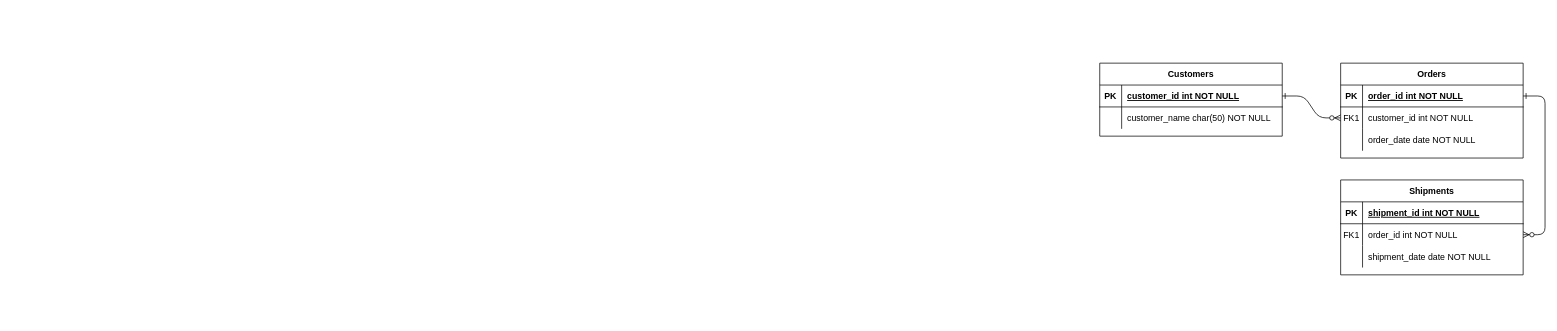
Before: Untitled Diagram.drawio in SlyMaster85/kursGITsda, a draw.io diagram. Source tidied: cells renumbered, new cells numbered last; positions are measured from the earlier drawing's top-left corner, leaving out a move shared by most shapes. Both pictures are drawn from the tidied source at 73%, with x=0, y=0 at pixel (1099, 63).
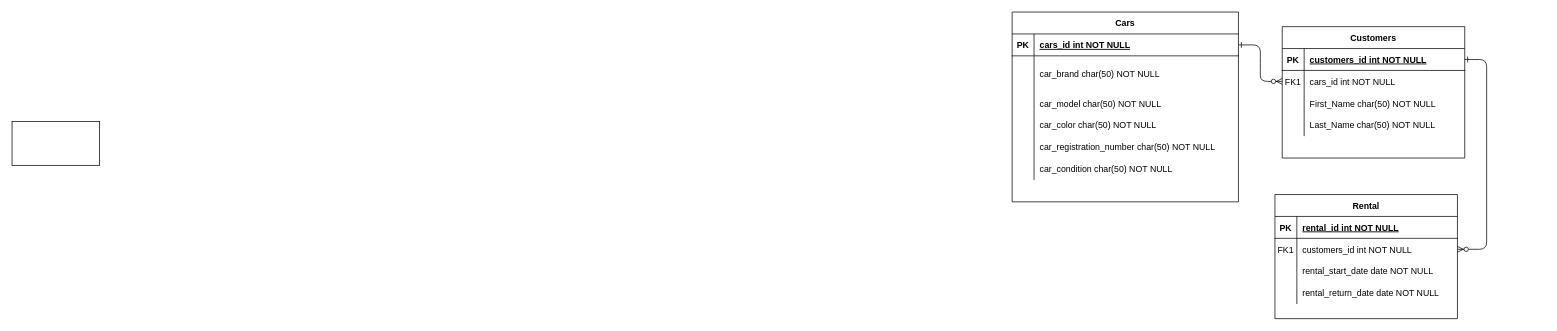
The same page after the edit.

Unchanged cells that the change refers to:
```xml
<mxCell id="5" style="shape=partialRectangle;fillColor=none;points=[[0,0.5],[1,0.5]];portConstraint=eastwest;top=0;left=0;right=0;bottom=1;" parent="4" vertex="1">
  <mxGeometry y="30" width="250" height="30" as="geometry" />
</mxCell>
<mxCell id="8" style="shape=partialRectangle;fillColor=none;points=[[0,0.5],[1,0.5]];portConstraint=eastwest;top=0;left=0;right=0;bottom=0;" parent="4" vertex="1">
  <mxGeometry y="60" width="250" height="30" as="geometry" />
</mxCell>
<mxCell id="11" style="shape=partialRectangle;fillColor=none;top=0;left=0;right=0;bottom=0;" parent="4" vertex="1">
  <mxGeometry y="90" width="250" height="30" as="geometry" />
</mxCell>
<mxCell id="15" style="shape=partialRectangle;fillColor=none;top=0;left=0;right=0;bottom=1;" parent="14" vertex="1">
  <mxGeometry y="30" width="250" height="30" as="geometry" />
</mxCell>
<mxCell id="18" style="shape=partialRectangle;fillColor=none;points=[[0,0.5],[1,0.5]];portConstraint=eastwest;top=0;left=0;right=0;bottom=0;" parent="14" vertex="1">
  <mxGeometry y="60" width="250" height="30" as="geometry" />
</mxCell>
<mxCell id="21" style="shape=partialRectangle;fillColor=none;top=0;left=0;right=0;bottom=0;" parent="14" vertex="1">
  <mxGeometry y="90" width="250" height="30" as="geometry" />
</mxCell>
```

The edit, as a diff of the source:
```diff
@@
-    <mxCell id="4" value="Orders" style="shape=table;startSize=30;childLayout=tableLayout;rowLines=0;fontStyle=1;align=center;" parent="1" vertex="1">
-      <mxGeometry x="330" width="250" height="130" as="geometry" />
+    <mxCell id="4" value="Customers" style="shape=table;startSize=30;childLayout=tableLayout;rowLines=0;fontStyle=1;align=center;" parent="1" vertex="1">
+      <mxGeometry x="250" y="-50" width="250" height="180" as="geometry" />
     </mxCell>
@@
-    <mxCell id="7" value="order_id int NOT NULL " style="shape=partialRectangle;overflow=hidden;fillColor=none;top=0;left=0;bottom=0;right=0;align=left;spacingLeft=6;fontStyle=5;" parent="5" vertex="1">
+    <mxCell id="7" value="customers_id int NOT NULL " style="shape=partialRectangle;overflow=hidden;fillColor=none;top=0;left=0;bottom=0;right=0;align=left;spacingLeft=6;fontStyle=5;" parent="5" vertex="1">
       <mxGeometry x="30" width="220" height="30" as="geometry" />
     </mxCell>
@@
-    <mxCell id="10" value="customer_id int NOT NULL" style="shape=partialRectangle;overflow=hidden;fillColor=none;top=0;left=0;bottom=0;right=0;align=left;spacingLeft=6;" parent="8" vertex="1">
+    <mxCell id="10" value="cars_id int NOT NULL" style="shape=partialRectangle;overflow=hidden;fillColor=none;top=0;left=0;bottom=0;right=0;align=left;spacingLeft=6;" parent="8" vertex="1">
       <mxGeometry x="30" width="220" height="30" as="geometry" />
     </mxCell>
@@
-    <mxCell id="13" value="order_date date NOT NULL" style="shape=partialRectangle;overflow=hidden;fillColor=none;top=0;left=0;bottom=0;right=0;align=left;spacingLeft=6;" parent="11" vertex="1">
+    <mxCell id="13" value="First_Name char(50) NOT NULL" style="shape=partialRectangle;overflow=hidden;fillColor=none;top=0;left=0;bottom=0;right=0;align=left;spacingLeft=6;" parent="11" vertex="1">
       <mxGeometry x="30" width="220" height="30" as="geometry" />
     </mxCell>
+    <mxCell id="31" style="shape=tableRow;horizontal=0;startSize=0;swimlaneHead=0;swimlaneBody=0;fillColor=none;top=0;left=0;right=0;bottom=0;" parent="4" vertex="1">
+      <mxGeometry y="120" width="250" height="30" as="geometry" />
+    </mxCell>
+    <mxCell id="32" style="shape=partialRectangle;fillColor=none;top=0;left=0;bottom=0;right=0;overflow=hidden;" parent="31" vertex="1">
+      <mxGeometry width="30" height="30" as="geometry" />
+    </mxCell>
+    <mxCell id="33" value="Last_Name char(50) NOT NULL" style="shape=partialRectangle;fillColor=none;top=0;left=0;bottom=0;right=0;align=left;spacingLeft=6;overflow=hidden;" parent="31" vertex="1">
+      <mxGeometry x="30" width="220" height="30" as="geometry" />
+    </mxCell>
-    <mxCell id="14" value="Shipments" style="shape=table;startSize=30;childLayout=tableLayout;rowLines=0;fontStyle=1;align=center;" parent="1" vertex="1">
-      <mxGeometry x="330" y="160" width="250" height="130" as="geometry" />
+    <mxCell id="14" value="Rental" style="shape=table;startSize=30;childLayout=tableLayout;rowLines=0;fontStyle=1;align=center;" parent="1" vertex="1">
+      <mxGeometry x="240" y="180" width="250" height="170" as="geometry" />
     </mxCell>
@@
-    <mxCell id="17" value="shipment_id int NOT NULL " style="shape=partialRectangle;overflow=hidden;fillColor=none;top=0;left=0;bottom=0;right=0;align=left;spacingLeft=6;fontStyle=5;" parent="15" vertex="1">
+    <mxCell id="17" value="rental_id int NOT NULL " style="shape=partialRectangle;overflow=hidden;fillColor=none;top=0;left=0;bottom=0;right=0;align=left;spacingLeft=6;fontStyle=5;" parent="15" vertex="1">
       <mxGeometry x="30" width="220" height="30" as="geometry" />
     </mxCell>
@@
-    <mxCell id="20" value="order_id int NOT NULL" style="shape=partialRectangle;overflow=hidden;fillColor=none;top=0;left=0;bottom=0;right=0;align=left;spacingLeft=6;" parent="18" vertex="1">
+    <mxCell id="20" value="customers_id int NOT NULL" style="shape=partialRectangle;overflow=hidden;fillColor=none;top=0;left=0;bottom=0;right=0;align=left;spacingLeft=6;" parent="18" vertex="1">
       <mxGeometry x="30" width="220" height="30" as="geometry" />
     </mxCell>
@@
-    <mxCell id="23" value="shipment_date date NOT NULL" style="shape=partialRectangle;overflow=hidden;fillColor=none;top=0;left=0;bottom=0;right=0;align=left;spacingLeft=6;" parent="21" vertex="1">
+    <mxCell id="23" value="rental_start_date date NOT NULL" style="shape=partialRectangle;overflow=hidden;fillColor=none;top=0;left=0;bottom=0;right=0;align=left;spacingLeft=6;" parent="21" vertex="1">
       <mxGeometry x="30" width="220" height="30" as="geometry" />
     </mxCell>
+    <mxCell id="34" style="shape=tableRow;horizontal=0;startSize=0;swimlaneHead=0;swimlaneBody=0;fillColor=none;top=0;left=0;right=0;bottom=0;" parent="14" vertex="1">
+      <mxGeometry y="120" width="250" height="30" as="geometry" />
+    </mxCell>
+    <mxCell id="35" style="shape=partialRectangle;fillColor=none;top=0;left=0;bottom=0;right=0;overflow=hidden;" parent="34" vertex="1">
+      <mxGeometry width="30" height="30" as="geometry" />
+    </mxCell>
+    <mxCell id="36" value="rental_return_date date NOT NULL" style="shape=partialRectangle;fillColor=none;top=0;left=0;bottom=0;right=0;align=left;spacingLeft=6;overflow=hidden;" parent="34" vertex="1">
+      <mxGeometry x="30" width="220" height="30" as="geometry" />
+    </mxCell>
-    <mxCell id="24" value="Customers" style="shape=table;startSize=30;childLayout=tableLayout;rowLines=0;fontStyle=1;align=center;" parent="1" vertex="1">
-      <mxGeometry width="250" height="100" as="geometry" />
+    <mxCell id="24" value="Cars" style="shape=table;startSize=30;childLayout=tableLayout;rowLines=0;fontStyle=1;align=center;" parent="1" vertex="1">
+      <mxGeometry x="-120" y="-70" width="310" height="260" as="geometry" />
     </mxCell>
     <mxCell id="25" style="shape=partialRectangle;fillColor=none;points=[[0,0.5],[1,0.5]];portConstraint=eastwest;top=0;left=0;right=0;bottom=1;" parent="24" vertex="1">
-      <mxGeometry y="30" width="250" height="30" as="geometry" />
+      <mxGeometry y="30" width="310" height="30" as="geometry" />
     </mxCell>
@@
-    <mxCell id="27" value="customer_id int NOT NULL " style="shape=partialRectangle;overflow=hidden;fillColor=none;top=0;left=0;bottom=0;right=0;align=left;spacingLeft=6;fontStyle=5;" parent="25" vertex="1">
-      <mxGeometry x="30" width="220" height="30" as="geometry" />
+    <mxCell id="27" value="cars_id int NOT NULL " style="shape=partialRectangle;overflow=hidden;fillColor=none;top=0;left=0;bottom=0;right=0;align=left;spacingLeft=6;fontStyle=5;" parent="25" vertex="1">
+      <mxGeometry x="30" width="280" height="30" as="geometry" />
     </mxCell>
     <mxCell id="28" style="shape=partialRectangle;fillColor=none;top=0;left=0;right=0;bottom=0;" parent="24" vertex="1">
-      <mxGeometry y="60" width="250" height="30" as="geometry" />
+      <mxGeometry y="60" width="310" height="50" as="geometry" />
     </mxCell>
     <mxCell id="29" style="shape=partialRectangle;overflow=hidden;fillColor=none;top=0;left=0;bottom=0;right=0;" parent="28" vertex="1">
-      <mxGeometry width="30" height="30" as="geometry" />
+      <mxGeometry width="30" height="50" as="geometry" />
     </mxCell>
-    <mxCell id="30" value="customer_name char(50) NOT NULL" style="shape=partialRectangle;overflow=hidden;fillColor=none;top=0;left=0;bottom=0;right=0;align=left;spacingLeft=6;" parent="28" vertex="1">
-      <mxGeometry x="30" width="220" height="30" as="geometry" />
+    <mxCell id="30" value="car_brand char(50) NOT NULL" style="shape=partialRectangle;overflow=hidden;fillColor=none;top=0;left=0;bottom=0;right=0;align=left;spacingLeft=6;" parent="28" vertex="1">
+      <mxGeometry x="30" width="280" height="50" as="geometry" />
     </mxCell>
+    <mxCell id="37" style="shape=tableRow;horizontal=0;startSize=0;swimlaneHead=0;swimlaneBody=0;fillColor=none;top=0;left=0;right=0;bottom=0;" parent="24" vertex="1">
+      <mxGeometry y="110" width="310" height="30" as="geometry" />
+    </mxCell>
+    <mxCell id="38" style="shape=partialRectangle;fillColor=none;top=0;left=0;bottom=0;right=0;overflow=hidden;" parent="37" vertex="1">
+      <mxGeometry width="30" height="30" as="geometry" />
+    </mxCell>
+    <mxCell id="39" value="car_model char(50) NOT NULL" style="shape=partialRectangle;fillColor=none;top=0;left=0;bottom=0;right=0;align=left;spacingLeft=6;overflow=hidden;" parent="37" vertex="1">
+      <mxGeometry x="30" width="280" height="30" as="geometry" />
+    </mxCell>
+    <mxCell id="40" style="shape=tableRow;horizontal=0;startSize=0;swimlaneHead=0;swimlaneBody=0;fillColor=none;top=0;left=0;right=0;bottom=0;" parent="24" vertex="1">
+      <mxGeometry y="140" width="310" height="30" as="geometry" />
+    </mxCell>
+    <mxCell id="41" style="shape=partialRectangle;fillColor=none;top=0;left=0;bottom=0;right=0;overflow=hidden;" parent="40" vertex="1">
+      <mxGeometry width="30" height="30" as="geometry" />
+    </mxCell>
+    <mxCell id="42" value="car_color char(50) NOT NULL" style="shape=partialRectangle;fillColor=none;top=0;left=0;bottom=0;right=0;align=left;spacingLeft=6;overflow=hidden;" parent="40" vertex="1">
+      <mxGeometry x="30" width="280" height="30" as="geometry" />
+    </mxCell>
+    <mxCell id="43" style="shape=tableRow;horizontal=0;startSize=0;swimlaneHead=0;swimlaneBody=0;fillColor=none;top=0;left=0;right=0;bottom=0;" parent="24" vertex="1">
+      <mxGeometry y="170" width="310" height="30" as="geometry" />
+    </mxCell>
+    <mxCell id="44" style="shape=partialRectangle;fillColor=none;top=0;left=0;bottom=0;right=0;overflow=hidden;" parent="43" vertex="1">
+      <mxGeometry width="30" height="30" as="geometry" />
+    </mxCell>
+    <mxCell id="45" value="car_registration_number char(50) NOT NULL" style="shape=partialRectangle;fillColor=none;top=0;left=0;bottom=0;right=0;align=left;spacingLeft=6;overflow=hidden;" parent="43" vertex="1">
+      <mxGeometry x="30" width="280" height="30" as="geometry" />
+    </mxCell>
+    <mxCell id="46" style="shape=tableRow;horizontal=0;startSize=0;swimlaneHead=0;swimlaneBody=0;fillColor=none;top=0;left=0;right=0;bottom=0;" parent="24" vertex="1">
+      <mxGeometry y="200" width="310" height="30" as="geometry" />
+    </mxCell>
+    <mxCell id="47" style="shape=partialRectangle;fillColor=none;top=0;left=0;bottom=0;right=0;overflow=hidden;" parent="46" vertex="1">
+      <mxGeometry width="30" height="30" as="geometry" />
+    </mxCell>
+    <mxCell id="48" value="car_condition char(50) NOT NULL" style="shape=partialRectangle;fillColor=none;top=0;left=0;bottom=0;right=0;align=left;spacingLeft=6;overflow=hidden;" parent="46" vertex="1">
+      <mxGeometry x="30" width="280" height="30" as="geometry" />
+    </mxCell>
+    <mxCell id="49" style="rounded=0;whiteSpace=wrap;html=1;" parent="1" vertex="1">
+      <mxGeometry x="-1490" y="80" width="120" height="60" as="geometry" />
+    </mxCell>
```
